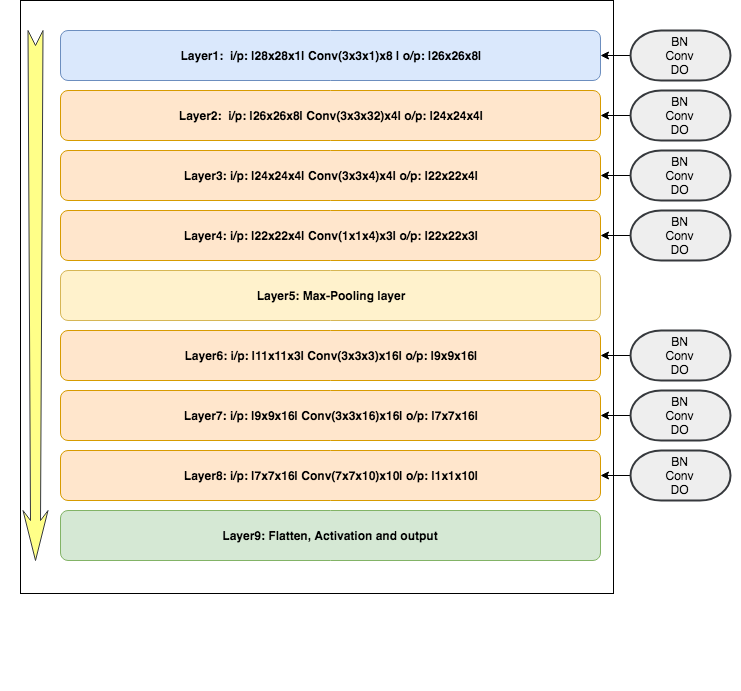
Before: images/eva/S4_Proposal3_Fig2.png, a diagram exported from draw.io (rashidmeras/rashidmeras.github.io). Source tidied: cells renumbered, new cells last; positions are measured from the earlier drawing's top-left corner, leaving out a move shared by most shapes.
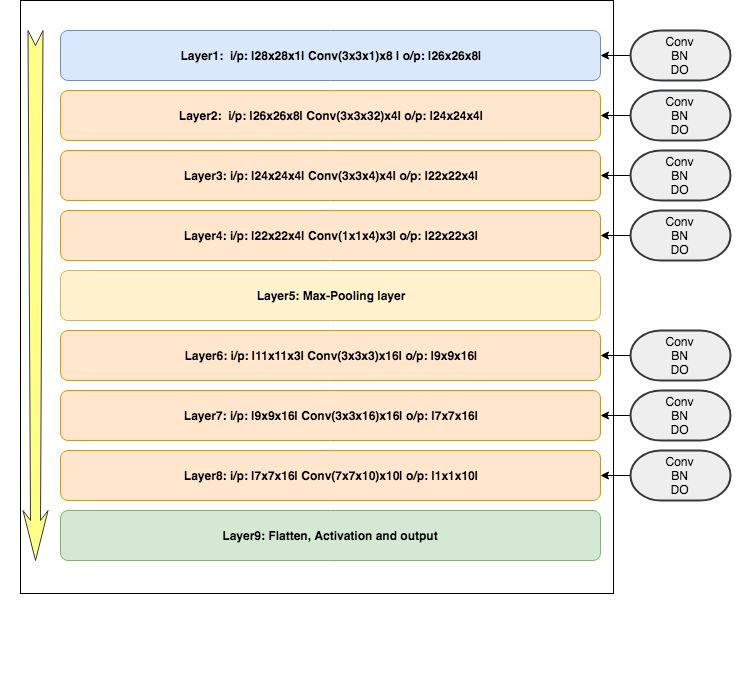
After the commit.

What changed in the source:
```diff
@@ -44,43 +44,43 @@
     <mxCell id="15" style="edgeStyle=orthogonalEdgeStyle;rounded=0;jettySize=auto;html=1;" parent="4" edge="1" source="16" target="5">
       <mxGeometry relative="1" as="geometry" />
     </mxCell>
-    <mxCell id="16" value="BN&lt;br&gt;Conv&lt;br&gt;DO&lt;br&gt;" style="strokeWidth=2;html=1;shape=mxgraph.flowchart.terminator;whiteSpace=wrap;fillColor=#eeeeee;strokeColor=#36393d;" parent="4" vertex="1">
+    <mxCell id="16" value="Conv&lt;br&gt;BN&lt;br&gt;DO&lt;br&gt;" style="strokeWidth=2;html=1;shape=mxgraph.flowchart.terminator;whiteSpace=wrap;fillColor=#eeeeee;strokeColor=#36393d;" parent="4" vertex="1">
       <mxGeometry x="630" y="10" width="100" height="50" as="geometry" />
     </mxCell>
     <mxCell id="17" style="edgeStyle=orthogonalEdgeStyle;rounded=0;jettySize=auto;html=1;" parent="4" edge="1" source="18" target="6">
       <mxGeometry relative="1" as="geometry" />
     </mxCell>
-    <mxCell id="18" value="BN&lt;br&gt;Conv&lt;br&gt;DO&lt;br&gt;" style="strokeWidth=2;html=1;shape=mxgraph.flowchart.terminator;whiteSpace=wrap;fillColor=#eeeeee;strokeColor=#36393d;" parent="4" vertex="1">
+    <mxCell id="18" value="Conv&lt;br&gt;BN&lt;br&gt;DO&lt;br&gt;" style="strokeWidth=2;html=1;shape=mxgraph.flowchart.terminator;whiteSpace=wrap;fillColor=#eeeeee;strokeColor=#36393d;" parent="4" vertex="1">
       <mxGeometry x="630" y="70" width="100" height="50" as="geometry" />
     </mxCell>
     <mxCell id="19" style="edgeStyle=orthogonalEdgeStyle;rounded=0;jettySize=auto;html=1;" parent="4" edge="1" source="20" target="7">
       <mxGeometry relative="1" as="geometry" />
     </mxCell>
-    <mxCell id="20" value="BN&lt;br&gt;Conv&lt;br&gt;DO&lt;br&gt;" style="strokeWidth=2;html=1;shape=mxgraph.flowchart.terminator;whiteSpace=wrap;fillColor=#eeeeee;strokeColor=#36393d;" parent="4" vertex="1">
+    <mxCell id="20" value="Conv&lt;br&gt;BN&lt;br&gt;DO&lt;br&gt;" style="strokeWidth=2;html=1;shape=mxgraph.flowchart.terminator;whiteSpace=wrap;fillColor=#eeeeee;strokeColor=#36393d;" parent="4" vertex="1">
       <mxGeometry x="630" y="130" width="100" height="50" as="geometry" />
     </mxCell>
     <mxCell id="21" style="edgeStyle=orthogonalEdgeStyle;rounded=0;jettySize=auto;html=1;" parent="4" edge="1" source="22" target="8">
       <mxGeometry relative="1" as="geometry" />
     </mxCell>
-    <mxCell id="22" value="BN&lt;br&gt;Conv&lt;br&gt;DO&lt;br&gt;" style="strokeWidth=2;html=1;shape=mxgraph.flowchart.terminator;whiteSpace=wrap;fillColor=#eeeeee;strokeColor=#36393d;" parent="4" vertex="1">
+    <mxCell id="22" value="Conv&lt;br&gt;BN&lt;br&gt;DO&lt;br&gt;" style="strokeWidth=2;html=1;shape=mxgraph.flowchart.terminator;whiteSpace=wrap;fillColor=#eeeeee;strokeColor=#36393d;" parent="4" vertex="1">
       <mxGeometry x="630" y="190" width="100" height="50" as="geometry" />
     </mxCell>
     <mxCell id="23" style="edgeStyle=orthogonalEdgeStyle;rounded=0;jettySize=auto;html=1;" parent="4" edge="1" source="24" target="10">
       <mxGeometry relative="1" as="geometry" />
     </mxCell>
-    <mxCell id="24" value="BN&lt;br&gt;Conv&lt;br&gt;DO&lt;br&gt;" style="strokeWidth=2;html=1;shape=mxgraph.flowchart.terminator;whiteSpace=wrap;fillColor=#eeeeee;strokeColor=#36393d;" parent="4" vertex="1">
+    <mxCell id="24" value="Conv&lt;br&gt;BN&lt;br&gt;DO&lt;br&gt;" style="strokeWidth=2;html=1;shape=mxgraph.flowchart.terminator;whiteSpace=wrap;fillColor=#eeeeee;strokeColor=#36393d;" parent="4" vertex="1">
       <mxGeometry x="630" y="310" width="100" height="50" as="geometry" />
     </mxCell>
     <mxCell id="25" style="edgeStyle=orthogonalEdgeStyle;rounded=0;jettySize=auto;html=1;" parent="4" edge="1" source="26" target="11">
       <mxGeometry relative="1" as="geometry" />
     </mxCell>
-    <mxCell id="26" value="BN&lt;br&gt;Conv&lt;br&gt;DO&lt;br&gt;" style="strokeWidth=2;html=1;shape=mxgraph.flowchart.terminator;whiteSpace=wrap;fillColor=#eeeeee;strokeColor=#36393d;" parent="4" vertex="1">
+    <mxCell id="26" value="Conv&lt;br&gt;BN&lt;br&gt;DO&lt;br&gt;" style="strokeWidth=2;html=1;shape=mxgraph.flowchart.terminator;whiteSpace=wrap;fillColor=#eeeeee;strokeColor=#36393d;" parent="4" vertex="1">
       <mxGeometry x="630" y="370" width="100" height="50" as="geometry" />
     </mxCell>
     <mxCell id="27" style="edgeStyle=orthogonalEdgeStyle;rounded=0;jettySize=auto;html=1;" parent="4" edge="1" source="28" target="12">
       <mxGeometry relative="1" as="geometry" />
     </mxCell>
-    <mxCell id="28" value="BN&lt;br&gt;Conv&lt;br&gt;DO&lt;br&gt;" style="strokeWidth=2;html=1;shape=mxgraph.flowchart.terminator;whiteSpace=wrap;fillColor=#eeeeee;strokeColor=#36393d;" parent="4" vertex="1">
+    <mxCell id="28" value="Conv&lt;br&gt;BN&lt;br&gt;DO&lt;br&gt;" style="strokeWidth=2;html=1;shape=mxgraph.flowchart.terminator;whiteSpace=wrap;fillColor=#eeeeee;strokeColor=#36393d;" parent="4" vertex="1">
       <mxGeometry x="630" y="430" width="100" height="50" as="geometry" />
     </mxCell>
   </root>
```
